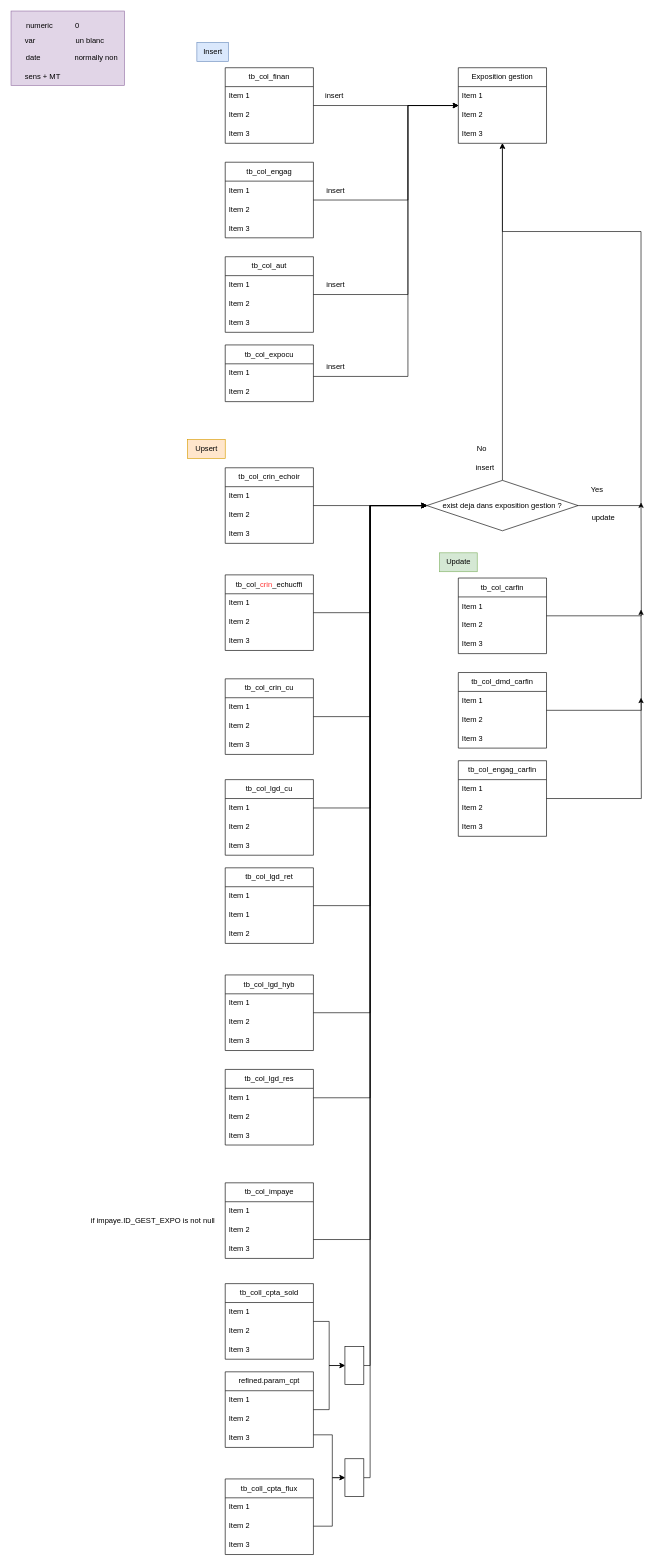
This is page "expo_gestion" (2 of 15) of schema_laurent.drawio from wunyu/drawio, a draw.io file, before an edit. Source tidied: cells renumbered, new cells numbered last; positions are measured from the earlier drawing's top-left corner, leaving out a move shared by most shapes. Both pictures are drawn from the tidied source at 63%, with x=0, y=0 at pixel (11, 11).
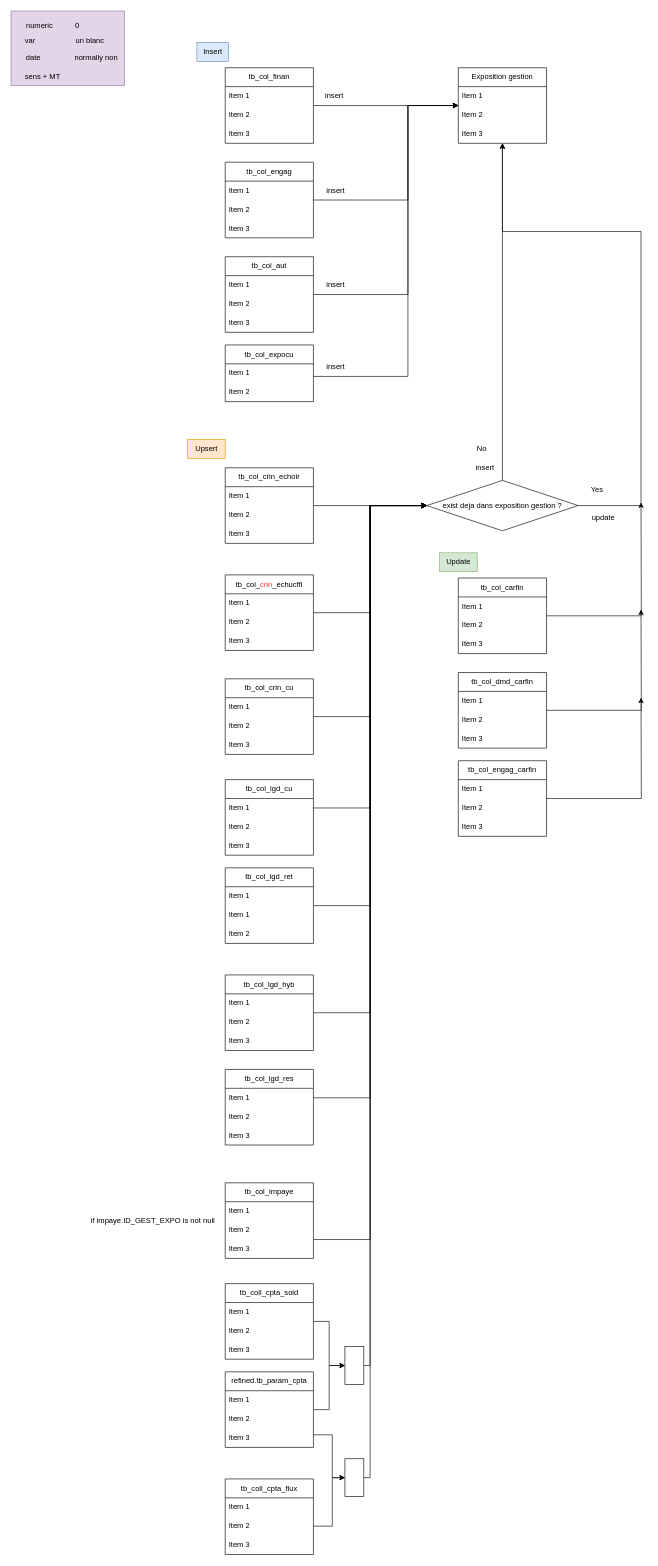
Above is the later version.

The edit, as a diff of the source:
```diff
@@
-    <mxCell id="114" value="refined.param_cpt" style="swimlane;fontStyle=0;horizontal=1;startSize=30;whiteSpace=wrap;html=1;" parent="1" vertex="1">
+    <mxCell id="114" value="refined.tb_param_cpta" style="swimlane;fontStyle=0;horizontal=1;startSize=30;whiteSpace=wrap;html=1;" parent="1" vertex="1">
       <mxGeometry x="340" y="2160" width="140" height="120" as="geometry" />
     </mxCell>
```
